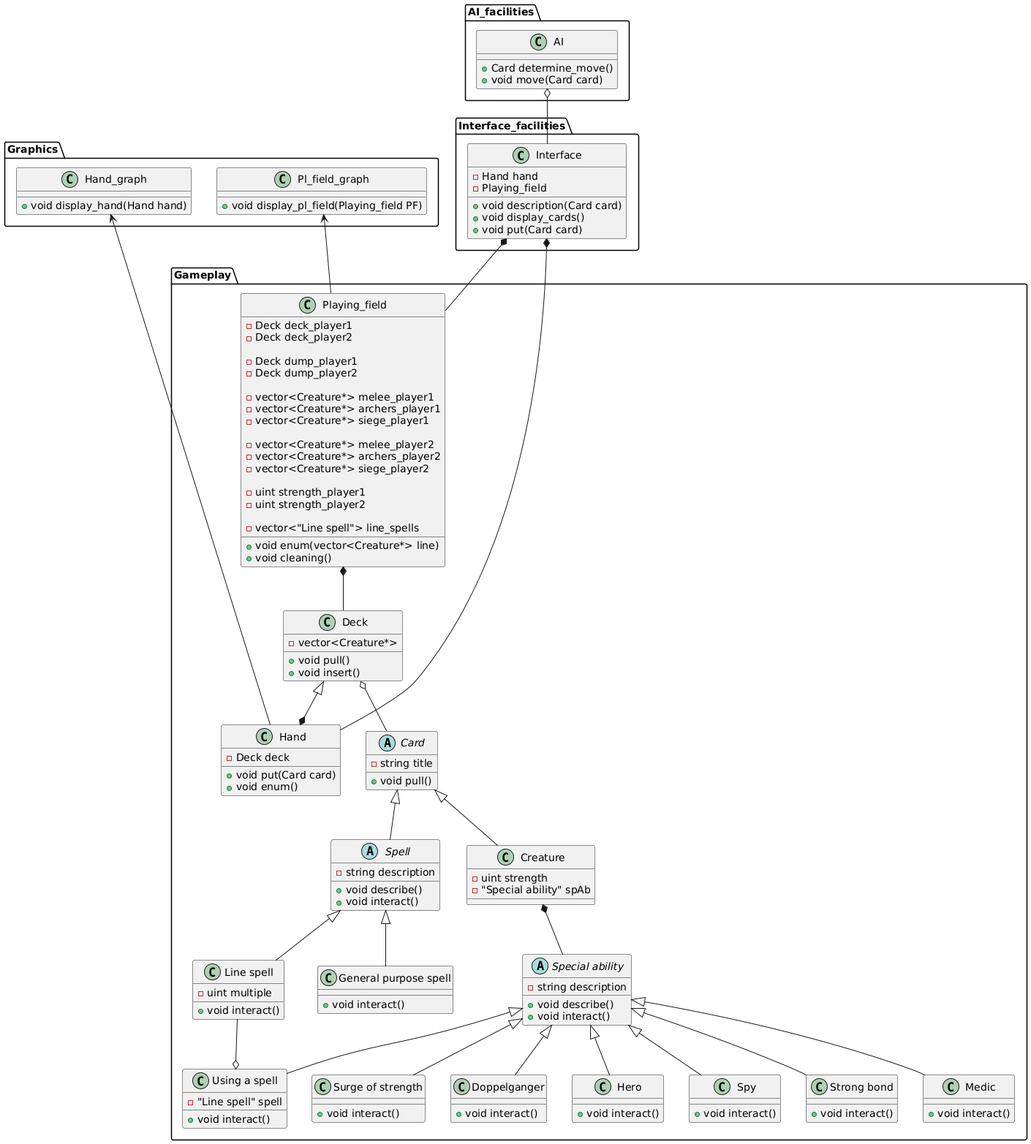
The PlantUML diagram Arch_description/ClassDiagram.png in MyznikovFD/LabWork2, before a commit.
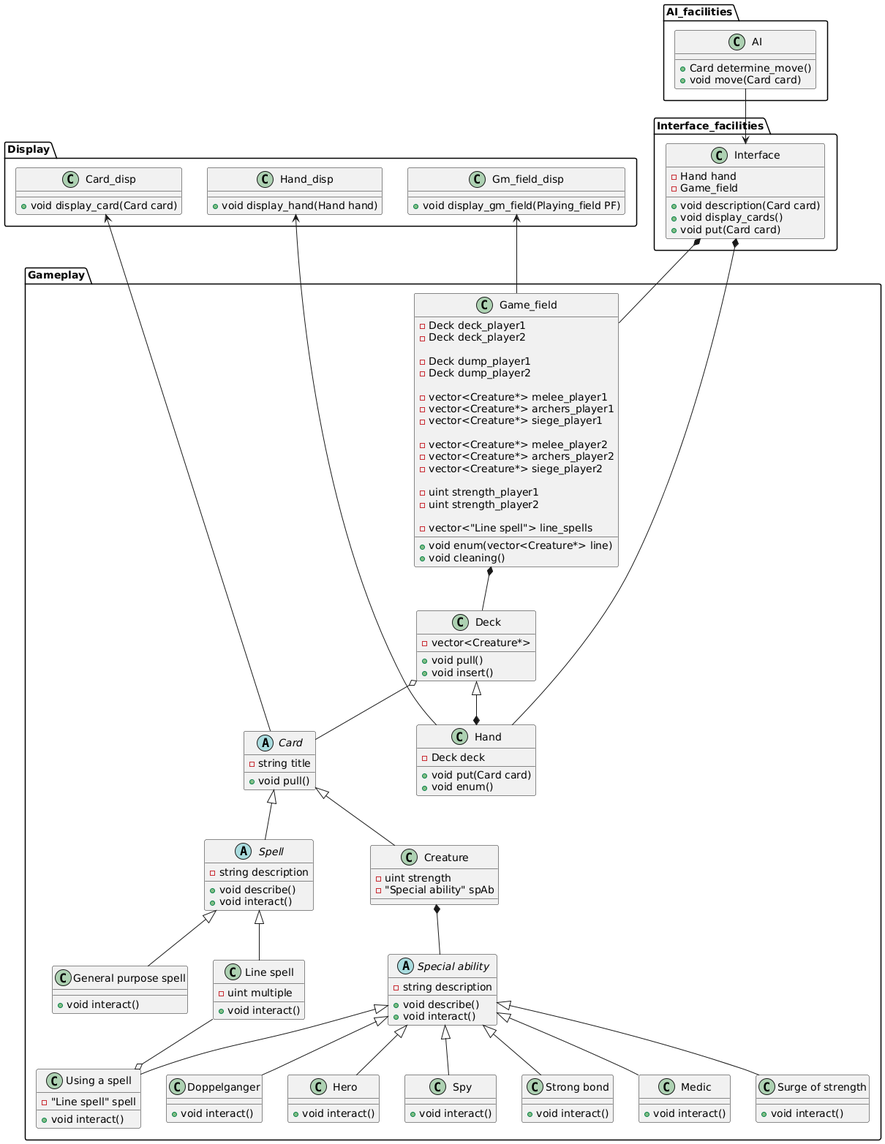
The same diagram one commit later.

Commit message:
docs: added general discription of the system, system requiremnts for launch, diagrams for classes and components

Diff of the diagram source:
```diff
@@ -2,21 +2,28 @@
 package Interface_facilities {
 class Interface {
 -Hand hand
--Playing_field
+-Game_field
 +void description(Card card)
 +void display_cards()
 +void put(Card card)
 }
 }
 
-package Graphics {
-class Pl_field_graph {
-+void display_pl_field(Playing_field PF)
+
+
+package Display {
+class Gm_field_disp {
++void display_gm_field(Playing_field PF)
 }
-class Hand_graph {
+class Hand_disp {
 +void display_hand(Hand hand)
 }
+class Card_disp {
++void display_card(Card card)
 }
+}
+
+
 
 
 package AI_facilities {
@@ -26,9 +33,11 @@
 }
 }
 
+
+
 package Gameplay {
 
-class Playing_field {
+class Game_field {
 -Deck deck_player1
 -Deck deck_player2
 
@@ -66,6 +75,8 @@
 +void enum()
 }
 
+
+
 abstract class Card {
 -string title
 +void pull()
@@ -88,6 +99,8 @@
 +void interact()
 }
 
+
+
 class Creature {
 -uint strength
 -"Special ability" spAb
@@ -98,6 +111,8 @@
 +void describe()
 +void interact()
 }
+
+
 
 class "Hero" {
 +void interact()
@@ -122,14 +137,21 @@
 +void interact()
 }
 }
-Hand_graph <-- Hand
-Pl_field_graph <-- Playing_field
-Interface *-- Playing_field
-Playing_field *-- Deck
+
+
+
+Hand_disp <-- Hand
+Gm_field_disp <-- Game_field
+Card_disp <-- Card
+
+Interface *-- Game_field
+
+Game_field *-- Deck
 Deck o-- Card
 Deck <|--* Hand
+
 Interface *-- Hand
-AI o-- Interface
+AI --> Interface
 
 Card <|-- Creature
 Card <|-- Spell
@@ -145,6 +167,6 @@
 "Special ability" <|-- Medic
 "Special ability" <|-- "Surge of strength"
 "Special ability" <|-- "Using a spell"
+"Line spell" --o "Using a spell"
 "Special ability" <|-- Doppelganger
-"Line spell" --o "Using a spell"
 @enduml
```
